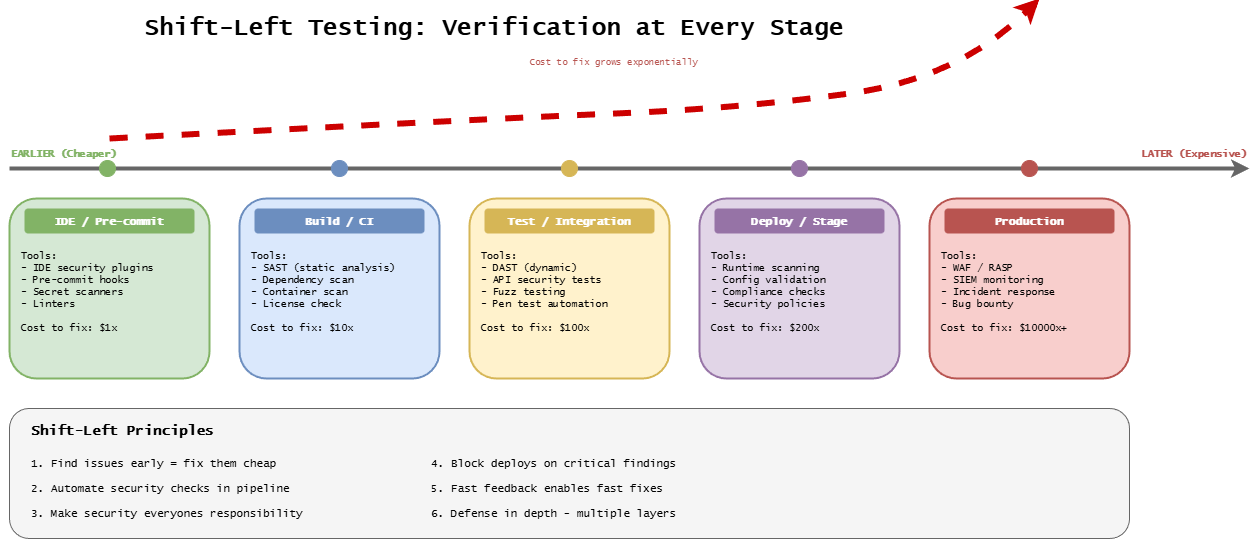
Earlier version of the draw.io export docs/assets/assisted/19-shift-left-verification.drawio.png (ready-to-release/eac). Source tidied: cells renumbered, new cells last; positions are measured from the earlier drawing's top-left corner, leaving out a move shared by most shapes. The source it was exported from:
```xml
<mxGraphModel background="#ffffff">
  <root>
    <mxCell id="0" />
    <mxCell id="1" parent="0" />
    <mxCell id="2" value="Shift-Left Testing: Verification at Every Stage" style="text;html=1;strokeColor=none;fillColor=none;align=center;verticalAlign=middle;whiteSpace=wrap;rounded=0;fontFamily=Lucida Console;fontStyle=1;fontSize=24;" parent="1" vertex="1">
      <mxGeometry x="50" y="10" width="870" height="40" as="geometry" />
    </mxCell>
    <mxCell id="3" style="endArrow=classic;html=1;strokeWidth=4;strokeColor=#666666;" parent="1" edge="1">
      <mxGeometry relative="1" as="geometry">
        <mxPoint y="170" as="sourcePoint" />
        <mxPoint x="1240" y="170" as="targetPoint" />
      </mxGeometry>
    </mxCell>
    <mxCell id="4" value="EARLIER (Cheaper)" style="text;html=1;strokeColor=none;fillColor=none;align=left;verticalAlign=middle;whiteSpace=wrap;rounded=0;fontFamily=Lucida Console;fontSize=10;fontColor=#82b366;fontStyle=1;" parent="1" vertex="1">
      <mxGeometry y="145" width="150" height="20" as="geometry" />
    </mxCell>
    <mxCell id="5" value="LATER (Expensive)" style="text;html=1;strokeColor=none;fillColor=none;align=right;verticalAlign=middle;whiteSpace=wrap;rounded=0;fontFamily=Lucida Console;fontSize=10;fontColor=#b85450;fontStyle=1;" parent="1" vertex="1">
      <mxGeometry x="1090" y="145" width="150" height="20" as="geometry" />
    </mxCell>
    <mxCell id="6" style="rounded=1;whiteSpace=wrap;html=1;fillColor=#d5e8d4;strokeColor=#82b366;strokeWidth=2;" parent="1" vertex="1">
      <mxGeometry y="200" width="200" height="180" as="geometry" />
    </mxCell>
    <mxCell id="7" value="IDE / Pre-commit" style="text;html=1;strokeColor=none;fillColor=#82b366;align=center;verticalAlign=middle;whiteSpace=wrap;rounded=1;fontFamily=Lucida Console;fontStyle=1;fontSize=11;fontColor=#ffffff;" parent="1" vertex="1">
      <mxGeometry x="15" y="210" width="170" height="25" as="geometry" />
    </mxCell>
    <mxCell id="8" value="Tools:&#10;- IDE security plugins&#10;- Pre-commit hooks&#10;- Secret scanners&#10;- Linters&#10;&#10;Cost to fix: $1x" style="text;html=1;strokeColor=none;fillColor=none;align=left;verticalAlign=top;whiteSpace=wrap;rounded=0;fontFamily=Lucida Console;fontSize=10;" parent="1" vertex="1">
      <mxGeometry x="10" y="245" width="180" height="125" as="geometry" />
    </mxCell>
    <mxCell id="9" style="ellipse;whiteSpace=wrap;html=1;fillColor=#82b366;strokeColor=#82b366;" parent="1" vertex="1">
      <mxGeometry x="90" y="162" width="16" height="16" as="geometry" />
    </mxCell>
    <mxCell id="10" style="rounded=1;whiteSpace=wrap;html=1;fillColor=#dae8fc;strokeColor=#6c8ebf;strokeWidth=2;" parent="1" vertex="1">
      <mxGeometry x="230" y="200" width="200" height="180" as="geometry" />
    </mxCell>
    <mxCell id="11" value="Build / CI" style="text;html=1;strokeColor=none;fillColor=#6c8ebf;align=center;verticalAlign=middle;whiteSpace=wrap;rounded=1;fontFamily=Lucida Console;fontStyle=1;fontSize=11;fontColor=#ffffff;" parent="1" vertex="1">
      <mxGeometry x="245" y="210" width="170" height="25" as="geometry" />
    </mxCell>
    <mxCell id="12" value="Tools:&#10;- SAST (static analysis)&#10;- Dependency scan&#10;- Container scan&#10;- License check&#10;&#10;Cost to fix: $10x" style="text;html=1;strokeColor=none;fillColor=none;align=left;verticalAlign=top;whiteSpace=wrap;rounded=0;fontFamily=Lucida Console;fontSize=10;" parent="1" vertex="1">
      <mxGeometry x="240" y="245" width="180" height="125" as="geometry" />
    </mxCell>
    <mxCell id="13" style="ellipse;whiteSpace=wrap;html=1;fillColor=#6c8ebf;strokeColor=#6c8ebf;" parent="1" vertex="1">
      <mxGeometry x="322" y="162" width="16" height="16" as="geometry" />
    </mxCell>
    <mxCell id="14" style="rounded=1;whiteSpace=wrap;html=1;fillColor=#fff2cc;strokeColor=#d6b656;strokeWidth=2;" parent="1" vertex="1">
      <mxGeometry x="460" y="200" width="200" height="180" as="geometry" />
    </mxCell>
    <mxCell id="15" value="Test / Integration" style="text;html=1;strokeColor=none;fillColor=#d6b656;align=center;verticalAlign=middle;whiteSpace=wrap;rounded=1;fontFamily=Lucida Console;fontStyle=1;fontSize=11;fontColor=#ffffff;" parent="1" vertex="1">
      <mxGeometry x="475" y="210" width="170" height="25" as="geometry" />
    </mxCell>
    <mxCell id="16" value="Tools:&#10;- DAST (dynamic)&#10;- API security tests&#10;- Fuzz testing&#10;- Pen test automation&#10;&#10;Cost to fix: $100x" style="text;html=1;strokeColor=none;fillColor=none;align=left;verticalAlign=top;whiteSpace=wrap;rounded=0;fontFamily=Lucida Console;fontSize=10;" parent="1" vertex="1">
      <mxGeometry x="470" y="245" width="180" height="125" as="geometry" />
    </mxCell>
    <mxCell id="17" style="ellipse;whiteSpace=wrap;html=1;fillColor=#d6b656;strokeColor=#d6b656;" parent="1" vertex="1">
      <mxGeometry x="552" y="162" width="16" height="16" as="geometry" />
    </mxCell>
    <mxCell id="18" style="rounded=1;whiteSpace=wrap;html=1;fillColor=#e1d5e7;strokeColor=#9673a6;strokeWidth=2;" parent="1" vertex="1">
      <mxGeometry x="690" y="200" width="200" height="180" as="geometry" />
    </mxCell>
    <mxCell id="19" value="Deploy / Stage" style="text;html=1;strokeColor=none;fillColor=#9673a6;align=center;verticalAlign=middle;whiteSpace=wrap;rounded=1;fontFamily=Lucida Console;fontStyle=1;fontSize=11;fontColor=#ffffff;" parent="1" vertex="1">
      <mxGeometry x="705" y="210" width="170" height="25" as="geometry" />
    </mxCell>
    <mxCell id="20" value="Tools:&lt;br&gt;- Runtime scanning&lt;br&gt;- Config validation&lt;br&gt;- Compliance checks&lt;br&gt;- Security policies&lt;br&gt;&lt;br&gt;Cost to fix: $200x" style="text;html=1;strokeColor=none;fillColor=none;align=left;verticalAlign=top;whiteSpace=wrap;rounded=0;fontFamily=Lucida Console;fontSize=10;" parent="1" vertex="1">
      <mxGeometry x="700" y="245" width="180" height="125" as="geometry" />
    </mxCell>
    <mxCell id="21" style="ellipse;whiteSpace=wrap;html=1;fillColor=#9673a6;strokeColor=#9673a6;" parent="1" vertex="1">
      <mxGeometry x="782" y="162" width="16" height="16" as="geometry" />
    </mxCell>
    <mxCell id="22" style="rounded=1;whiteSpace=wrap;html=1;fillColor=#f8cecc;strokeColor=#b85450;strokeWidth=2;" parent="1" vertex="1">
      <mxGeometry x="920" y="200" width="200" height="180" as="geometry" />
    </mxCell>
    <mxCell id="23" value="Production" style="text;html=1;strokeColor=none;fillColor=#b85450;align=center;verticalAlign=middle;whiteSpace=wrap;rounded=1;fontFamily=Lucida Console;fontStyle=1;fontSize=11;fontColor=#ffffff;" parent="1" vertex="1">
      <mxGeometry x="935" y="210" width="170" height="25" as="geometry" />
    </mxCell>
    <mxCell id="24" value="Tools:&lt;br&gt;- WAF / RASP&lt;br&gt;- SIEM monitoring&lt;br&gt;- Incident response&lt;br&gt;- Bug bounty&lt;br&gt;&lt;br&gt;Cost to fix: $10000x+" style="text;html=1;strokeColor=none;fillColor=none;align=left;verticalAlign=top;whiteSpace=wrap;rounded=0;fontFamily=Lucida Console;fontSize=10;" parent="1" vertex="1">
      <mxGeometry x="930" y="245" width="180" height="125" as="geometry" />
    </mxCell>
    <mxCell id="25" style="ellipse;whiteSpace=wrap;html=1;fillColor=#b85450;strokeColor=#b85450;" parent="1" vertex="1">
      <mxGeometry x="1012" y="162" width="16" height="16" as="geometry" />
    </mxCell>
    <mxCell id="26" style="curved=1;endArrow=classic;html=1;strokeWidth=6;strokeColor=#CC0000;dashed=1;endFill=0;fillColor=#f8cecc;" parent="1" edge="1">
      <mxGeometry relative="1" as="geometry">
        <mxPoint x="100" y="140" as="sourcePoint" />
        <mxPoint x="1030" as="targetPoint" />
        <Array as="points">
          <mxPoint x="482" y="120" />
          <mxPoint x="730" y="110" />
          <mxPoint x="950" y="80" />
        </Array>
      </mxGeometry>
    </mxCell>
    <mxCell id="27" value="Cost to fix grows exponentially" style="text;html=1;strokeColor=none;fillColor=none;align=center;verticalAlign=middle;whiteSpace=wrap;rounded=0;fontFamily=Lucida Console;fontSize=9;fontColor=#b85450;" parent="1" vertex="1">
      <mxGeometry x="480" y="55" width="250" height="20" as="geometry" />
    </mxCell>
    <mxCell id="28" style="rounded=1;whiteSpace=wrap;html=1;fillColor=#f5f5f5;strokeColor=#666666;strokeWidth=1;" parent="1" vertex="1">
      <mxGeometry y="410" width="1120" height="130" as="geometry" />
    </mxCell>
    <mxCell id="29" value="Shift-Left Principles" style="text;html=1;strokeColor=none;fillColor=none;align=left;verticalAlign=middle;whiteSpace=wrap;rounded=0;fontFamily=Lucida Console;fontStyle=1;fontSize=14;" parent="1" vertex="1">
      <mxGeometry x="20" y="420" width="250" height="25" as="geometry" />
    </mxCell>
    <mxCell id="30" value="1. Find issues early = fix them cheap" style="text;html=1;strokeColor=none;fillColor=none;align=left;verticalAlign=middle;whiteSpace=wrap;rounded=0;fontFamily=Lucida Console;fontSize=11;" parent="1" vertex="1">
      <mxGeometry x="20" y="455" width="350" height="20" as="geometry" />
    </mxCell>
    <mxCell id="31" value="2. Automate security checks in pipeline" style="text;html=1;strokeColor=none;fillColor=none;align=left;verticalAlign=middle;whiteSpace=wrap;rounded=0;fontFamily=Lucida Console;fontSize=11;" parent="1" vertex="1">
      <mxGeometry x="20" y="480" width="350" height="20" as="geometry" />
    </mxCell>
    <mxCell id="32" value="3. Make security everyones responsibility" style="text;html=1;strokeColor=none;fillColor=none;align=left;verticalAlign=middle;whiteSpace=wrap;rounded=0;fontFamily=Lucida Console;fontSize=11;" parent="1" vertex="1">
      <mxGeometry x="20" y="505" width="350" height="20" as="geometry" />
    </mxCell>
    <mxCell id="33" value="4. Block deploys on critical findings" style="text;html=1;strokeColor=none;fillColor=none;align=left;verticalAlign=middle;whiteSpace=wrap;rounded=0;fontFamily=Lucida Console;fontSize=11;" parent="1" vertex="1">
      <mxGeometry x="420" y="455" width="350" height="20" as="geometry" />
    </mxCell>
    <mxCell id="34" value="5. Fast feedback enables fast fixes" style="text;html=1;strokeColor=none;fillColor=none;align=left;verticalAlign=middle;whiteSpace=wrap;rounded=0;fontFamily=Lucida Console;fontSize=11;" parent="1" vertex="1">
      <mxGeometry x="420" y="480" width="350" height="20" as="geometry" />
    </mxCell>
    <mxCell id="35" value="6. Defense in depth - multiple layers" style="text;html=1;strokeColor=none;fillColor=none;align=left;verticalAlign=middle;whiteSpace=wrap;rounded=0;fontFamily=Lucida Console;fontSize=11;" parent="1" vertex="1">
      <mxGeometry x="420" y="505" width="350" height="20" as="geometry" />
    </mxCell>
  </root>
</mxGraphModel>
```
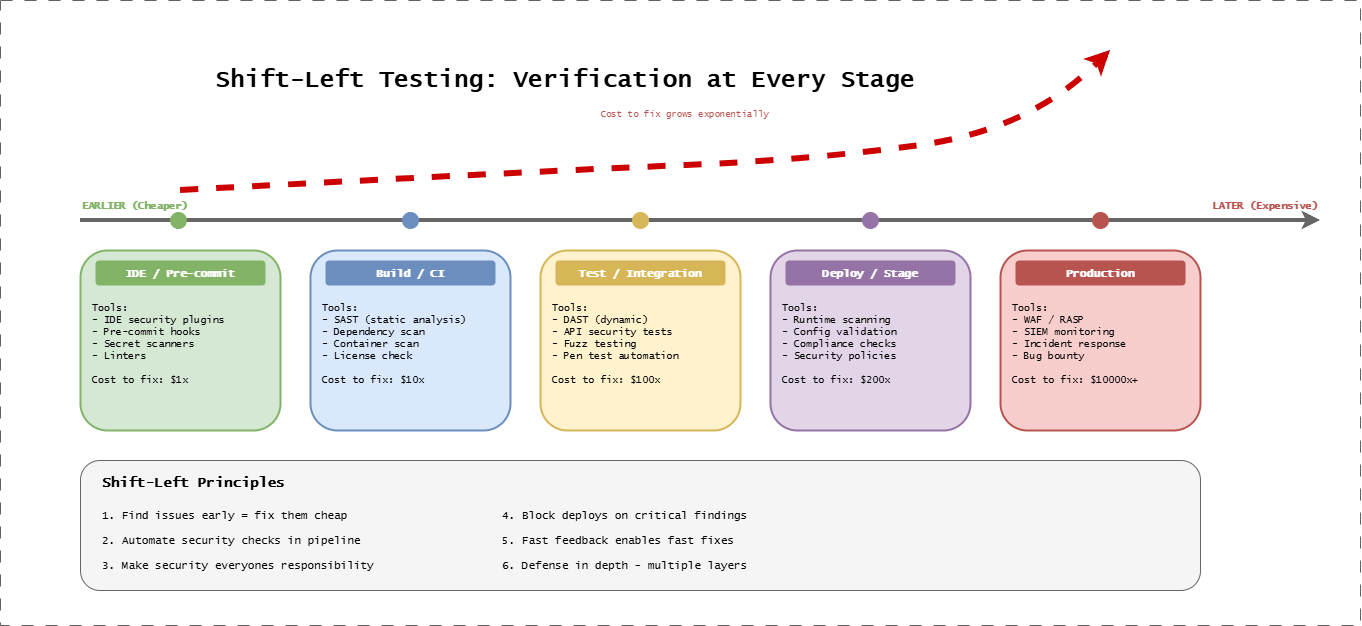
After the commit.

The edit, as a diff of the source:
```diff
@@ -115,5 +115,8 @@
     <mxCell id="35" value="6. Defense in depth - multiple layers" style="text;html=1;strokeColor=none;fillColor=none;align=left;verticalAlign=middle;whiteSpace=wrap;rounded=0;fontFamily=Lucida Console;fontSize=11;" parent="1" vertex="1">
       <mxGeometry x="420" y="505" width="350" height="20" as="geometry" />
     </mxCell>
+    <mxCell id="36" style="group;strokeColor=#616161;dashed=1;dashPattern=12 12;fontFamily=Lucida Console;fontSize=19;fontStyle=1;" parent="1" vertex="1">
+      <mxGeometry x="-80" y="-50" width="1360" height="625" as="geometry" />
+    </mxCell>
   </root>
 </mxGraphModel>
```
